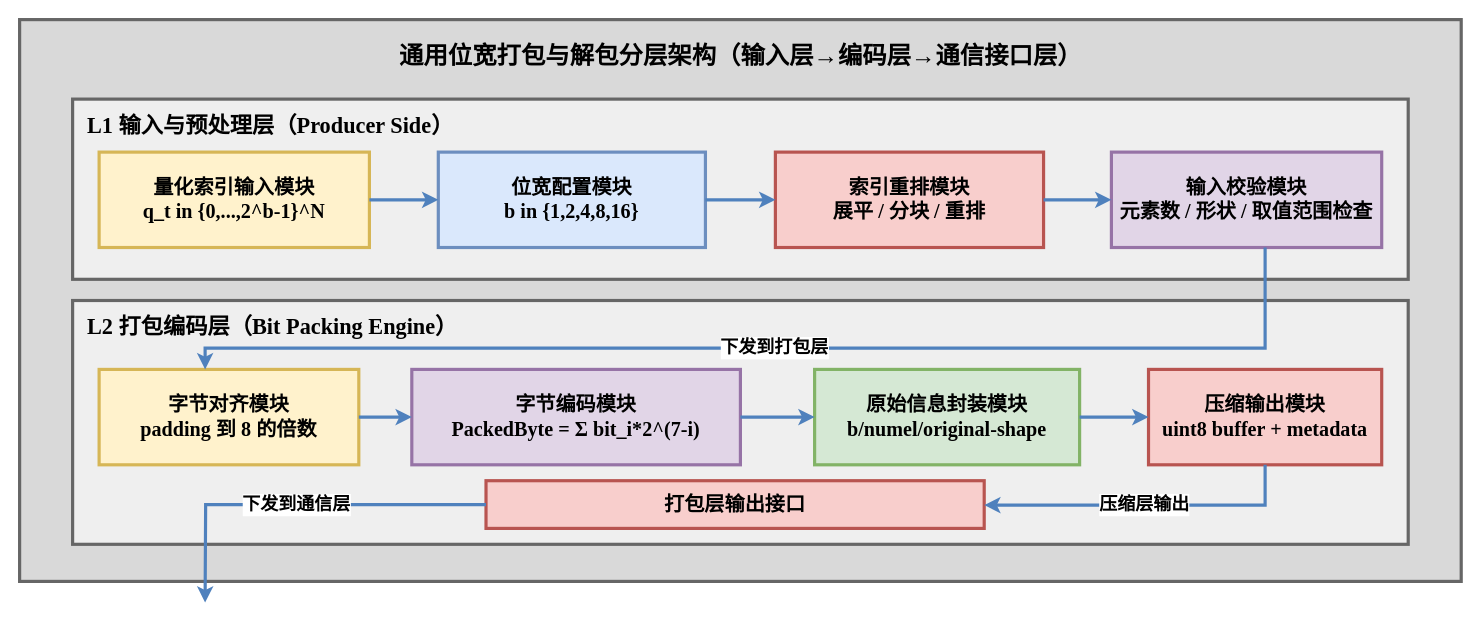
The draw.io diagram image/ch3-bit-packing.drawio in Aerithy/master-thesis, before the edit. Source tidied: cells renumbered, new cells numbered last; positions are measured from the earlier drawing's top-left corner, leaving out a move shared by most shapes. Both pictures are drawn from the tidied source at 106%, with x=0, y=0 at pixel (19, 19).
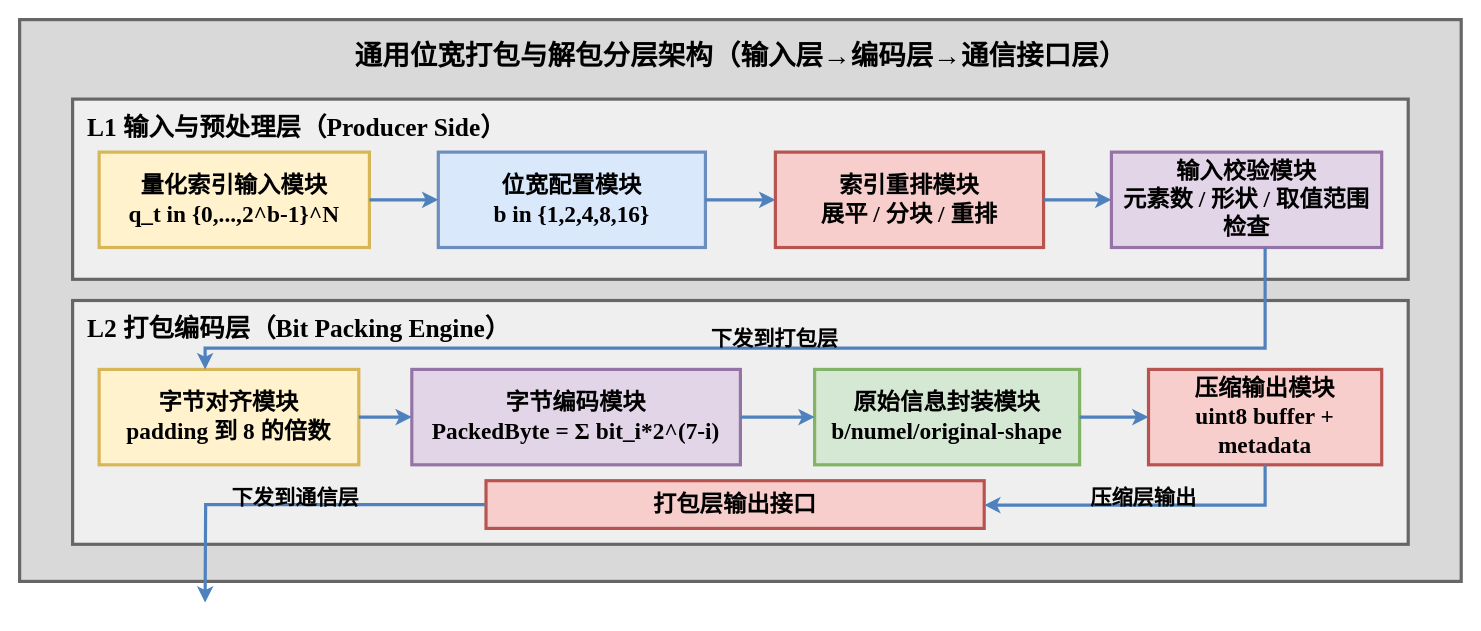
The same diagram, later.

Diff of the diagram source:
```diff
@@
-    <mxCell id="2" style="rounded=0;whiteSpace=wrap;html=1;fillColor=#d9d9d9;strokeColor=#666666;strokeWidth=3;fontFamily=Times New Roman;" parent="1" vertex="1">
+    <mxCell id="2" style="rounded=0;whiteSpace=wrap;fillColor=#d9d9d9;strokeColor=#666666;strokeWidth=3;fontFamily=Times New Roman;html=1;convertToSvg=1;fontSize=22;" parent="1" vertex="1">
       <mxGeometry width="1360" height="530" as="geometry" />
     </mxCell>
-    <mxCell id="3" value="&lt;b&gt;通用位宽打包与解包分层架构（输入层→编码层→通信接口层）&lt;/b&gt;" style="text;html=1;strokeColor=none;fillColor=none;align=center;verticalAlign=middle;fontSize=23;fontStyle=1;fontFamily=Times New Roman;" parent="1" vertex="1">
+    <mxCell id="3" value="通用位宽打包与解包分层架构（输入层→编码层→通信接口层）" style="text;strokeColor=none;fillColor=none;align=center;verticalAlign=middle;fontSize=26;fontStyle=1;fontFamily=Times New Roman;html=1;convertToSvg=1;" parent="1" vertex="1">
       <mxGeometry x="90" y="14" width="1180" height="40" as="geometry" />
     </mxCell>
-    <mxCell id="4" value="&lt;b&gt;L1 输入与预处理层（Producer Side）&lt;/b&gt;" style="rounded=0;whiteSpace=wrap;html=1;fillColor=#efefef;strokeColor=#666666;strokeWidth=3;fontFamily=Times New Roman;fontSize=21;fontStyle=1;align=left;verticalAlign=top;spacingTop=6;spacingLeft=12;" parent="1" vertex="1">
+    <mxCell id="4" value="L1 输入与预处理层（Producer Side）" style="rounded=0;whiteSpace=wrap;fillColor=#efefef;strokeColor=#666666;strokeWidth=3;fontFamily=Times New Roman;fontSize=24;fontStyle=1;align=left;verticalAlign=top;spacingTop=6;spacingLeft=12;html=1;convertToSvg=1;" parent="1" vertex="1">
       <mxGeometry x="50" y="75" width="1260" height="170" as="geometry" />
     </mxCell>
-    <mxCell id="5" value="&lt;b&gt;量化索引输入模块&lt;/b&gt;&lt;br/&gt;q_t in {0,...,2^b-1}^N" style="rounded=0;whiteSpace=wrap;html=1;fillColor=#fff2cc;strokeColor=#d6b656;strokeWidth=3;fontFamily=Times New Roman;fontSize=19;fontStyle=1;align=center;" parent="1" vertex="1">
+    <mxCell id="5" value="量化索引输入模块&lt;br&gt;q_t in {0,...,2^b-1}^N" style="rounded=0;whiteSpace=wrap;fillColor=#fff2cc;strokeColor=#d6b656;strokeWidth=3;fontFamily=Times New Roman;fontSize=22;fontStyle=1;align=center;html=1;convertToSvg=1;" parent="1" vertex="1">
       <mxGeometry x="75" y="125" width="255" height="90" as="geometry" />
     </mxCell>
-    <mxCell id="6" value="&lt;b&gt;位宽配置模块&lt;/b&gt;&lt;br/&gt;b in {1,2,4,8,16}" style="rounded=0;whiteSpace=wrap;html=1;fillColor=#dae8fc;strokeColor=#6c8ebf;strokeWidth=3;fontFamily=Times New Roman;fontSize=19;fontStyle=1;align=center;" parent="1" vertex="1">
+    <mxCell id="6" value="位宽配置模块&lt;br&gt;b in {1,2,4,8,16}" style="rounded=0;whiteSpace=wrap;fillColor=#dae8fc;strokeColor=#6c8ebf;strokeWidth=3;fontFamily=Times New Roman;fontSize=22;fontStyle=1;align=center;html=1;convertToSvg=1;" parent="1" vertex="1">
       <mxGeometry x="395" y="125" width="252" height="90" as="geometry" />
     </mxCell>
-    <mxCell id="7" value="&lt;b&gt;索引重排模块&lt;/b&gt;&lt;br/&gt;展平 / 分块 / 重排" style="rounded=0;whiteSpace=wrap;html=1;fillColor=#f8cecc;strokeColor=#b85450;strokeWidth=3;fontFamily=Times New Roman;fontSize=19;fontStyle=1;align=center;" parent="1" vertex="1">
+    <mxCell id="7" value="索引重排模块&lt;br&gt;展平 / 分块 / 重排" style="rounded=0;whiteSpace=wrap;fillColor=#f8cecc;strokeColor=#b85450;strokeWidth=3;fontFamily=Times New Roman;fontSize=22;fontStyle=1;align=center;html=1;convertToSvg=1;" parent="1" vertex="1">
       <mxGeometry x="713" y="125" width="253" height="90" as="geometry" />
     </mxCell>
-    <mxCell id="8" value="&lt;b&gt;输入校验模块&lt;/b&gt;&lt;br/&gt;元素数 / 形状 / 取值范围检查" style="rounded=0;whiteSpace=wrap;html=1;fillColor=#e1d5e7;strokeColor=#9673a6;strokeWidth=3;fontFamily=Times New Roman;fontSize=19;fontStyle=1;align=center;" parent="1" vertex="1">
+    <mxCell id="8" value="输入校验模块&lt;br&gt;元素数 / 形状 / 取值范围检查" style="rounded=0;whiteSpace=wrap;fillColor=#e1d5e7;strokeColor=#9673a6;strokeWidth=3;fontFamily=Times New Roman;fontSize=22;fontStyle=1;align=center;html=1;convertToSvg=1;" parent="1" vertex="1">
       <mxGeometry x="1030" y="125" width="255" height="90" as="geometry" />
     </mxCell>
-    <mxCell id="9" value="&lt;b&gt;L2 打包编码层（Bit Packing Engine）&lt;/b&gt;" style="rounded=0;whiteSpace=wrap;html=1;fillColor=#efefef;strokeColor=#666666;strokeWidth=3;fontFamily=Times New Roman;fontSize=21;fontStyle=1;align=left;verticalAlign=top;spacingTop=6;spacingLeft=12;" parent="1" vertex="1">
+    <mxCell id="9" value="L2 打包编码层（Bit Packing Engine）" style="rounded=0;whiteSpace=wrap;fillColor=#efefef;strokeColor=#666666;strokeWidth=3;fontFamily=Times New Roman;fontSize=24;fontStyle=1;align=left;verticalAlign=top;spacingTop=6;spacingLeft=12;html=1;convertToSvg=1;" parent="1" vertex="1">
       <mxGeometry x="50" y="265" width="1260" height="230" as="geometry" />
     </mxCell>
-    <mxCell id="10" value="&lt;b&gt;字节对齐模块&lt;/b&gt;&lt;br/&gt;padding 到 8 的倍数" style="rounded=0;whiteSpace=wrap;html=1;fillColor=#fff2cc;strokeColor=#d6b656;strokeWidth=3;fontFamily=Times New Roman;fontSize=19;fontStyle=1;align=center;" parent="1" vertex="1">
+    <mxCell id="10" value="字节对齐模块&lt;br&gt;padding 到 8 的倍数" style="rounded=0;whiteSpace=wrap;fillColor=#fff2cc;strokeColor=#d6b656;strokeWidth=3;fontFamily=Times New Roman;fontSize=22;fontStyle=1;align=center;html=1;convertToSvg=1;" parent="1" vertex="1">
       <mxGeometry x="75" y="330" width="245" height="90" as="geometry" />
     </mxCell>
-    <mxCell id="11" value="&lt;b&gt;字节编码模块&lt;/b&gt;&lt;br/&gt;PackedByte = Σ bit_i*2^(7-i)" style="rounded=0;whiteSpace=wrap;html=1;fillColor=#e1d5e7;strokeColor=#9673a6;strokeWidth=3;fontFamily=Times New Roman;fontSize=19;fontStyle=1;align=center;" parent="1" vertex="1">
+    <mxCell id="11" value="字节编码模块&lt;br&gt;PackedByte = Σ bit_i*2^(7-i)" style="rounded=0;whiteSpace=wrap;fillColor=#e1d5e7;strokeColor=#9673a6;strokeWidth=3;fontFamily=Times New Roman;fontSize=22;fontStyle=1;align=center;html=1;convertToSvg=1;" parent="1" vertex="1">
       <mxGeometry x="370" y="330" width="310" height="90" as="geometry" />
     </mxCell>
-    <mxCell id="12" value="&lt;b&gt;原始信息封装模块&lt;/b&gt;&lt;br&gt;b/numel/original-shape" style="rounded=0;whiteSpace=wrap;html=1;fillColor=#d5e8d4;strokeColor=#82b366;strokeWidth=3;fontFamily=Times New Roman;fontSize=19;fontStyle=1;align=center;" parent="1" vertex="1">
+    <mxCell id="12" value="原始信息封装模块&lt;br&gt;b/numel/original-shape" style="rounded=0;whiteSpace=wrap;fillColor=#d5e8d4;strokeColor=#82b366;strokeWidth=3;fontFamily=Times New Roman;fontSize=22;fontStyle=1;align=center;html=1;convertToSvg=1;" parent="1" vertex="1">
       <mxGeometry x="750" y="330" width="250" height="90" as="geometry" />
     </mxCell>
-    <mxCell id="13" value="&lt;b&gt;压缩输出模块&lt;/b&gt;&lt;br&gt;uint8 buffer + metadata" style="rounded=0;whiteSpace=wrap;html=1;fillColor=#f8cecc;strokeColor=#b85450;strokeWidth=3;fontFamily=Times New Roman;fontSize=19;fontStyle=1;align=center;" parent="1" vertex="1">
+    <mxCell id="13" value="压缩输出模块&lt;br&gt;uint8 buffer + metadata" style="rounded=0;whiteSpace=wrap;fillColor=#f8cecc;strokeColor=#b85450;strokeWidth=3;fontFamily=Times New Roman;fontSize=22;fontStyle=1;align=center;html=1;convertToSvg=1;" parent="1" vertex="1">
       <mxGeometry x="1065" y="330" width="220" height="90" as="geometry" />
     </mxCell>
-    <mxCell id="14" value="&lt;b&gt;打包层输出接口&lt;/b&gt;" style="rounded=0;whiteSpace=wrap;html=1;fillColor=#f8cecc;strokeColor=#b85450;strokeWidth=3;fontFamily=Times New Roman;fontSize=19;fontStyle=1;align=center;" parent="1" vertex="1">
+    <mxCell id="14" value="打包层输出接口" style="rounded=0;whiteSpace=wrap;fillColor=#f8cecc;strokeColor=#b85450;strokeWidth=3;fontFamily=Times New Roman;fontSize=22;fontStyle=1;align=center;html=1;convertToSvg=1;" parent="1" vertex="1">
       <mxGeometry x="440" y="435" width="470" height="45" as="geometry" />
     </mxCell>
-    <mxCell id="15" style="edgeStyle=orthogonalEdgeStyle;rounded=0;jettySize=auto;html=1;strokeColor=#4f81bd;strokeWidth=3;endArrow=classic;fontFamily=Times New Roman;fontSize=17;fontStyle=1;" parent="1" edge="1" source="5" target="6">
+    <mxCell id="15" style="edgeStyle=orthogonalEdgeStyle;rounded=0;jettySize=auto;strokeColor=#4f81bd;strokeWidth=3;endArrow=classic;fontFamily=Times New Roman;fontSize=22;fontStyle=1;html=1;convertToSvg=1;" parent="1" edge="1" source="5" target="6">
       <mxGeometry relative="1" as="geometry" />
     </mxCell>
-    <mxCell id="16" style="edgeStyle=orthogonalEdgeStyle;rounded=0;jettySize=auto;html=1;strokeColor=#4f81bd;strokeWidth=3;endArrow=classic;" parent="1" edge="1" source="6" target="7">
+    <mxCell id="16" style="edgeStyle=orthogonalEdgeStyle;rounded=0;jettySize=auto;strokeColor=#4f81bd;strokeWidth=3;endArrow=classic;html=1;convertToSvg=1;fontSize=22;" parent="1" edge="1" source="6" target="7">
       <mxGeometry relative="1" as="geometry" />
     </mxCell>
-    <mxCell id="17" style="edgeStyle=orthogonalEdgeStyle;rounded=0;jettySize=auto;html=1;strokeColor=#4f81bd;strokeWidth=3;endArrow=classic;fontFamily=Times New Roman;fontSize=17;fontStyle=1;entryX=0;entryY=0.5;entryDx=0;entryDy=0;" parent="1" edge="1" source="7" target="8">
+    <mxCell id="17" style="edgeStyle=orthogonalEdgeStyle;rounded=0;jettySize=auto;strokeColor=#4f81bd;strokeWidth=3;endArrow=classic;fontFamily=Times New Roman;fontSize=22;fontStyle=1;entryX=0;entryY=0.5;entryDx=0;entryDy=0;html=1;convertToSvg=1;" parent="1" edge="1" source="7" target="8">
       <mxGeometry relative="1" as="geometry" />
     </mxCell>
-    <mxCell id="18" value="下发到打包层" style="edgeStyle=orthogonalEdgeStyle;rounded=0;jettySize=auto;html=1;strokeColor=#4f81bd;strokeWidth=3;endArrow=classic;fontFamily=Times New Roman;fontSize=17;fontStyle=1;" parent="1" edge="1" source="8" target="10">
-      <mxGeometry relative="1" as="geometry">
+    <mxCell id="18" value="下发到打包层" style="edgeStyle=orthogonalEdgeStyle;rounded=0;jettySize=auto;strokeColor=#4f81bd;strokeWidth=3;endArrow=classic;fontFamily=Times New Roman;fontSize=20;fontStyle=1;labelBackgroundColor=none;html=1;convertToSvg=1;" parent="1" edge="1" source="8" target="10">
+      <mxGeometry y="-10" relative="1" as="geometry">
         <Array as="points">
           <mxPoint x="1175" y="310" />
           <mxPoint x="175" y="310" />
         </Array>
       </mxGeometry>
     </mxCell>
-    <mxCell id="19" style="edgeStyle=orthogonalEdgeStyle;rounded=0;jettySize=auto;html=1;strokeColor=#4f81bd;strokeWidth=3;endArrow=classic;entryX=0;entryY=0.5;entryDx=0;entryDy=0;" parent="1" edge="1" source="10" target="11">
+    <mxCell id="19" style="edgeStyle=orthogonalEdgeStyle;rounded=0;jettySize=auto;strokeColor=#4f81bd;strokeWidth=3;endArrow=classic;entryX=0;entryY=0.5;entryDx=0;entryDy=0;html=1;convertToSvg=1;fontSize=22;" parent="1" edge="1" source="10" target="11">
       <mxGeometry relative="1" as="geometry" />
     </mxCell>
-    <mxCell id="20" style="edgeStyle=orthogonalEdgeStyle;rounded=0;jettySize=auto;html=1;strokeColor=#4f81bd;strokeWidth=3;endArrow=classic;" parent="1" edge="1" source="11" target="12">
+    <mxCell id="20" style="edgeStyle=orthogonalEdgeStyle;rounded=0;jettySize=auto;strokeColor=#4f81bd;strokeWidth=3;endArrow=classic;html=1;convertToSvg=1;fontSize=22;" parent="1" edge="1" source="11" target="12">
       <mxGeometry relative="1" as="geometry" />
     </mxCell>
-    <mxCell id="21" style="edgeStyle=orthogonalEdgeStyle;rounded=0;jettySize=auto;html=1;strokeColor=#4f81bd;strokeWidth=3;endArrow=classic;fontFamily=Times New Roman;fontSize=17;fontStyle=1;" parent="1" edge="1" source="12" target="13">
+    <mxCell id="21" style="edgeStyle=orthogonalEdgeStyle;rounded=0;jettySize=auto;strokeColor=#4f81bd;strokeWidth=3;endArrow=classic;fontFamily=Times New Roman;fontSize=22;fontStyle=1;html=1;convertToSvg=1;" parent="1" edge="1" source="12" target="13">
       <mxGeometry relative="1" as="geometry" />
     </mxCell>
-    <mxCell id="22" value="压缩层输出" style="edgeStyle=orthogonalEdgeStyle;rounded=0;jettySize=auto;html=1;strokeColor=#4f81bd;strokeWidth=3;endArrow=classic;fontFamily=Times New Roman;fontSize=17;fontStyle=1;" parent="1" edge="1" source="13" target="14">
-      <mxGeometry relative="1" as="geometry">
+    <mxCell id="22" value="压缩层输出" style="edgeStyle=orthogonalEdgeStyle;rounded=0;jettySize=auto;strokeColor=#4f81bd;strokeWidth=3;endArrow=classic;fontFamily=Times New Roman;fontSize=20;fontStyle=1;labelBackgroundColor=none;html=1;convertToSvg=1;" parent="1" edge="1" source="13" target="14">
+      <mxGeometry x="0.01" y="-8" relative="1" as="geometry">
         <Array as="points">
           <mxPoint x="1175" y="458" />
         </Array>
       </mxGeometry>
     </mxCell>
-    <mxCell id="23" value="下发到通信层" style="edgeStyle=orthogonalEdgeStyle;rounded=0;jettySize=auto;html=1;strokeColor=#4f81bd;strokeWidth=3;endArrow=classic;fontFamily=Times New Roman;fontSize=17;fontStyle=1;" parent="1" edge="1" source="14">
-      <mxGeometry relative="1" as="geometry">
+    <mxCell id="23" value="下发到通信层" style="edgeStyle=orthogonalEdgeStyle;rounded=0;jettySize=auto;strokeColor=#4f81bd;strokeWidth=3;endArrow=classic;fontFamily=Times New Roman;fontSize=20;fontStyle=1;labelBackgroundColor=none;html=1;convertToSvg=1;" parent="1" edge="1" source="14">
+      <mxGeometry x="0.01" y="-8" relative="1" as="geometry">
         <mxPoint x="175" y="550" as="targetPoint" />
       </mxGeometry>
     </mxCell>
```
